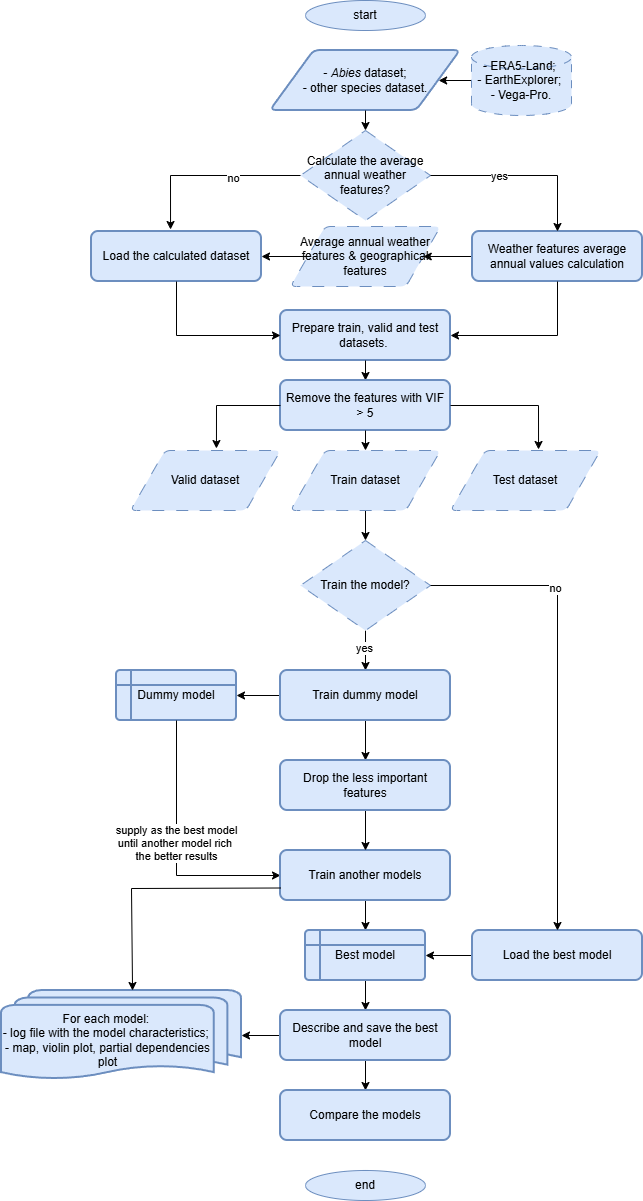
Earlier version of the draw.io export pipeline_current_area.drawio.png (SawerBeetle/abies_area_modelling). Source tidied: cells renumbered, new cells last; positions are measured from the earlier drawing's top-left corner, leaving out a move shared by most shapes.
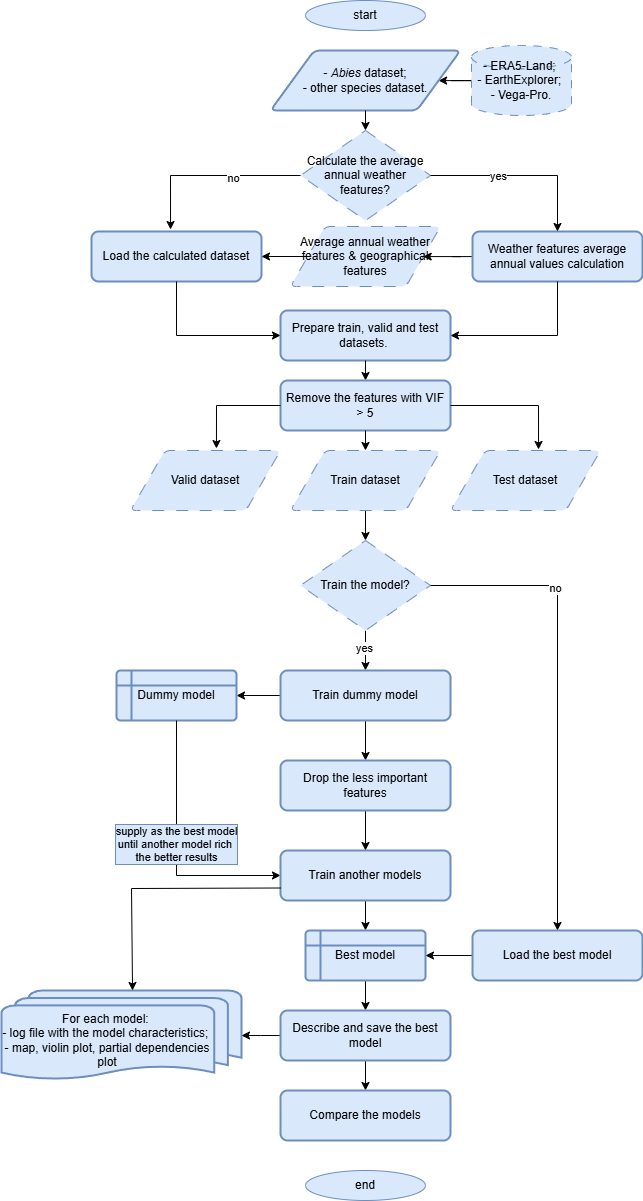
Above is the later version.

Diff of the diagram source:
```diff
@@ -135,7 +135,7 @@
         </Array>
       </mxGeometry>
     </mxCell>
-    <mxCell id="37" value="supply as the best model&lt;div&gt;until another model rich&amp;nbsp;&lt;/div&gt;&lt;div&gt;the better results&lt;/div&gt;" style="edgeLabel;html=1;align=center;verticalAlign=middle;" parent="36" vertex="1">
+    <mxCell id="37" value="supply as the best model&lt;div&gt;until another model rich&amp;nbsp;&lt;/div&gt;&lt;div&gt;the better results&lt;/div&gt;" style="edgeLabel;html=1;align=center;verticalAlign=middle;labelBackgroundColor=#dae8fc;labelBorderColor=#6c8ebf;" parent="36" vertex="1">
       <mxGeometry x="-0.06" y="-1" relative="1" as="geometry" />
     </mxCell>
     <mxCell id="38" style="edgeStyle=orthogonalEdgeStyle;rounded=0;jettySize=auto;html=1;" parent="1" edge="1" source="39" target="41">
```
